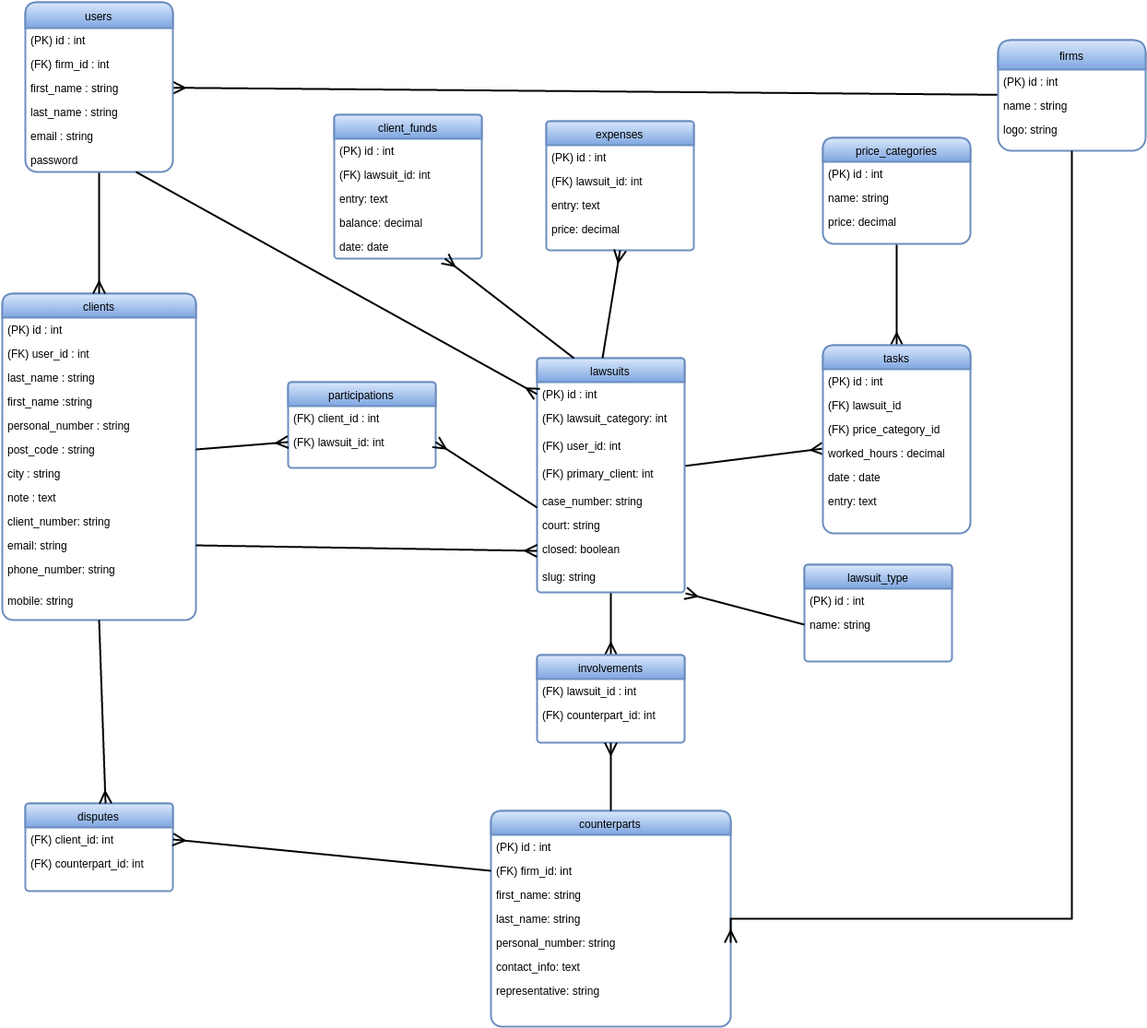
Earlier version of the draw.io export img/Lawfirm database (1).png (mickeeri/ordocliens-docs). Source tidied: cells renumbered, new cells last; positions are measured from the earlier drawing's top-left corner, leaving out a move shared by most shapes.
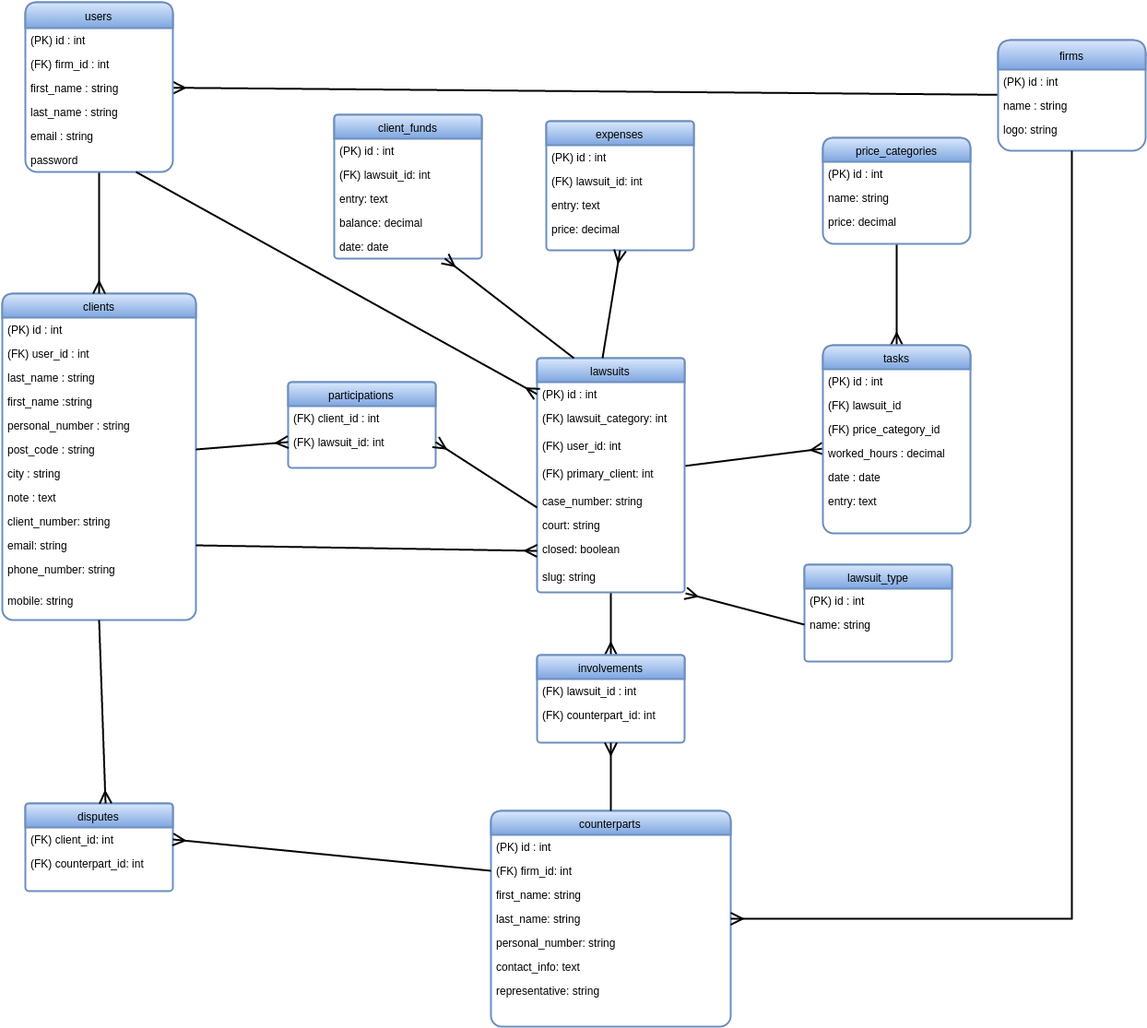
After the commit.

Commit message:
Replace database.

Change to the diagram source:
```diff
@@ -256,7 +256,7 @@
     <mxCell id="85" style="rounded=0;html=1;jettySize=auto;strokeColor=#000000;shadow=0;comic=0;endArrow=ERmany;endFill=0;endSize=10;strokeWidth=2;exitX=1;exitY=0.5;entryX=0;entryY=0.5;" parent="1" edge="1" source="14" target="33">
       <mxGeometry x="-815" y="597" as="geometry" />
     </mxCell>
-    <mxCell id="86" style="rounded=0;html=1;exitX=0.5;exitY=1;jettySize=auto;strokeColor=#000000;shadow=0;comic=0;endArrow=ERmany;endFill=0;endSize=10;strokeWidth=2;edgeStyle=orthogonalEdgeStyle;entryX=1;entryY=0.5;" parent="1" edge="1" source="61" target="22">
+    <mxCell id="86" style="rounded=0;html=1;exitX=0.5;exitY=1;jettySize=auto;strokeColor=#000000;shadow=0;comic=0;endArrow=ERmany;endFill=0;endSize=10;strokeWidth=2;edgeStyle=orthogonalEdgeStyle;entryX=1;entryY=0.5;" parent="1" edge="1" source="61" target="21">
       <mxGeometry x="-740" y="263" as="geometry">
         <Array as="points">
           <mxPoint x="1160" y="994" />
```
